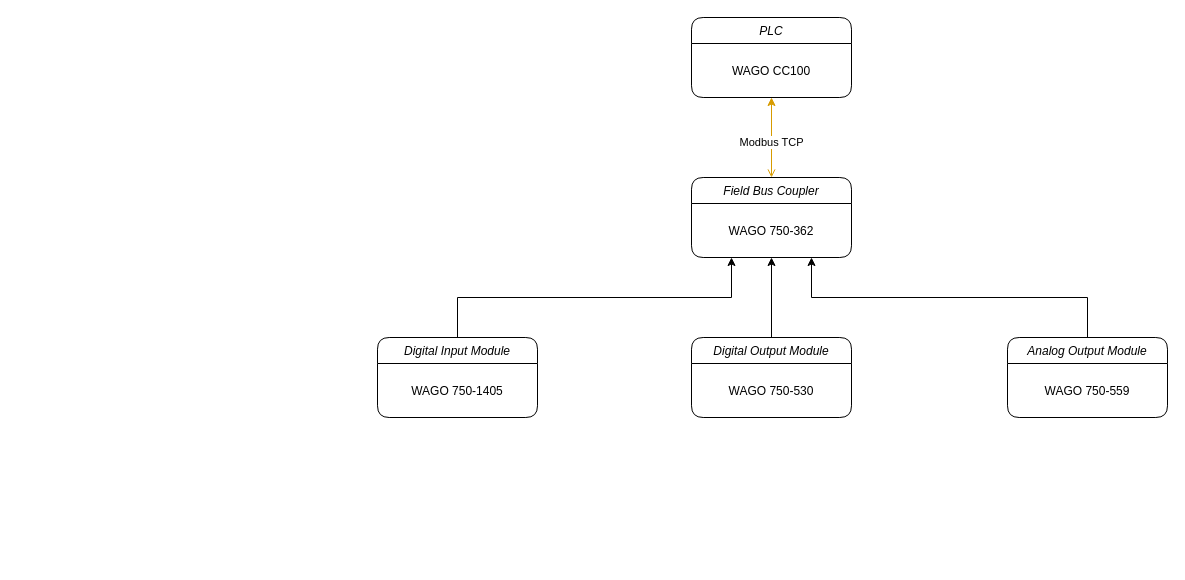
Earlier version of the draw.io diagram Untitled Diagram.drawio (bactran1/AMZ-FlowControl). Source tidied: cells renumbered, new cells numbered last; positions are measured from the earlier drawing's top-left corner, leaving out a move shared by most shapes. Both pictures are drawn from the tidied source at 100%, with x=0, y=0 at pixel (377, 17).
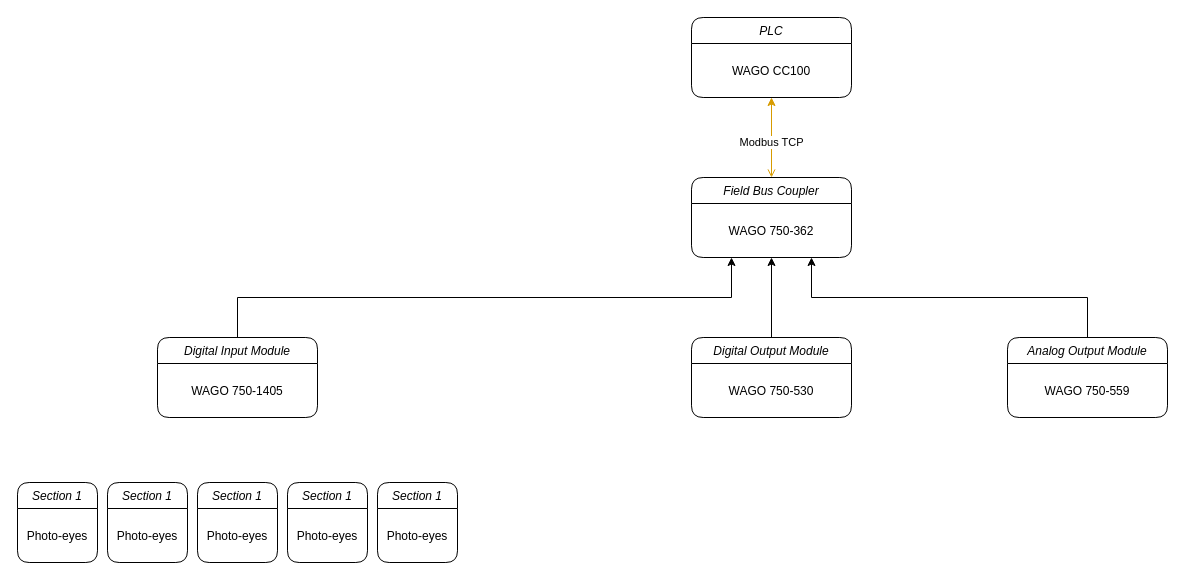
The same diagram, later.

The edit, as a diff of the source:
```diff
@@
     <mxCell id="10" value="Digital Input Module" style="swimlane;fontStyle=2;align=center;verticalAlign=top;horizontal=1;startSize=26;rounded=1;shadow=0;strokeWidth=1;" parent="1" vertex="1">
-      <mxGeometry y="320" width="160" height="80" as="geometry" />
+      <mxGeometry x="-220" y="320" width="160" height="80" as="geometry" />
     </mxCell>
@@
+    <mxCell id="18" value="Section 1" style="swimlane;fontStyle=2;align=center;verticalAlign=top;horizontal=1;startSize=26;rounded=1;shadow=0;strokeWidth=1;" parent="1" vertex="1">
+      <mxGeometry x="-360" y="465" width="80" height="80" as="geometry" />
+    </mxCell>
+    <mxCell id="19" value="Photo-eyes" style="text;align=center;verticalAlign=middle;spacingLeft=4;spacingRight=4;overflow=hidden;rounded=0;shadow=0;html=0;" parent="18" vertex="1">
+      <mxGeometry y="26" width="80" height="54" as="geometry" />
+    </mxCell>
+    <mxCell id="20" value="Section 1" style="swimlane;fontStyle=2;align=center;verticalAlign=top;horizontal=1;startSize=26;rounded=1;shadow=0;strokeWidth=1;" parent="1" vertex="1">
+      <mxGeometry x="-270" y="465" width="80" height="80" as="geometry" />
+    </mxCell>
+    <mxCell id="21" value="Photo-eyes" style="text;align=center;verticalAlign=middle;spacingLeft=4;spacingRight=4;overflow=hidden;rounded=0;shadow=0;html=0;" parent="20" vertex="1">
+      <mxGeometry y="26" width="80" height="54" as="geometry" />
+    </mxCell>
+    <mxCell id="22" value="Section 1" style="swimlane;fontStyle=2;align=center;verticalAlign=top;horizontal=1;startSize=26;rounded=1;shadow=0;strokeWidth=1;" parent="1" vertex="1">
+      <mxGeometry x="-180" y="465" width="80" height="80" as="geometry" />
+    </mxCell>
+    <mxCell id="23" value="Photo-eyes" style="text;align=center;verticalAlign=middle;spacingLeft=4;spacingRight=4;overflow=hidden;rounded=0;shadow=0;html=0;" parent="22" vertex="1">
+      <mxGeometry y="26" width="80" height="54" as="geometry" />
+    </mxCell>
+    <mxCell id="24" value="Section 1" style="swimlane;fontStyle=2;align=center;verticalAlign=top;horizontal=1;startSize=26;rounded=1;shadow=0;strokeWidth=1;" parent="1" vertex="1">
+      <mxGeometry x="-90" y="465" width="80" height="80" as="geometry" />
+    </mxCell>
+    <mxCell id="25" value="Photo-eyes" style="text;align=center;verticalAlign=middle;spacingLeft=4;spacingRight=4;overflow=hidden;rounded=0;shadow=0;html=0;" parent="24" vertex="1">
+      <mxGeometry y="26" width="80" height="54" as="geometry" />
+    </mxCell>
+    <mxCell id="26" value="Section 1" style="swimlane;fontStyle=2;align=center;verticalAlign=top;horizontal=1;startSize=26;rounded=1;shadow=0;strokeWidth=1;" parent="1" vertex="1">
+      <mxGeometry y="465" width="80" height="80" as="geometry" />
+    </mxCell>
+    <mxCell id="27" value="Photo-eyes" style="text;align=center;verticalAlign=middle;spacingLeft=4;spacingRight=4;overflow=hidden;rounded=0;shadow=0;html=0;" parent="26" vertex="1">
+      <mxGeometry y="26" width="80" height="54" as="geometry" />
+    </mxCell>
```
